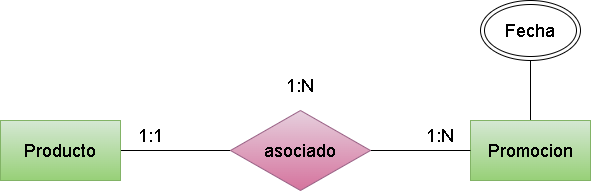
Above: (Unidad-2) (Tarea-3)/img/Ejercicio14.drawio.png in Darkoscurito/Base-de-datos (draw.io), before the change. Source tidied: cells renumbered, new cells last; positions are measured from the earlier drawing's top-left corner, leaving out a move shared by most shapes.
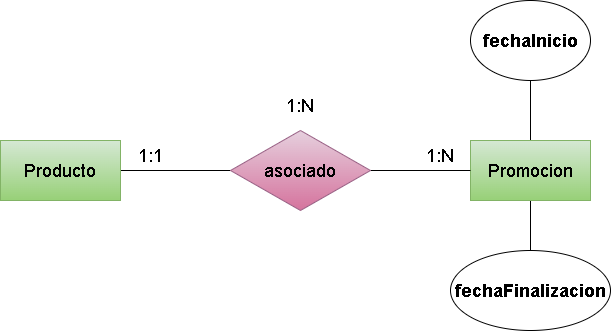
Above is the later version.

Diff of the diagram source:
```diff
@@ -8,9 +8,14 @@
     <mxCell id="3" value="&lt;font style=&quot;font-size: 18px;&quot;&gt;Producto&lt;/font&gt;" style="rounded=0;whiteSpace=wrap;html=1;fillColor=#d5e8d4;gradientColor=#97d077;strokeColor=#82b366;" parent="1" vertex="1">
       <mxGeometry y="120" width="120" height="60" as="geometry" />
     </mxCell>
-    <mxCell id="4" style="edgeStyle=none;html=1;entryX=0.5;entryY=1;entryDx=0;entryDy=0;fontSize=18;endArrow=none;endFill=0;" parent="1" edge="1" source="5" target="11">
-      <mxGeometry relative="1" as="geometry" />
+    <mxCell id="4" style="edgeStyle=none;html=1;entryX=0.5;entryY=1;entryDx=0;entryDy=0;fontSize=18;endArrow=none;endFill=0;" parent="1" edge="1" source="5">
+      <mxGeometry relative="1" as="geometry">
+        <mxPoint x="530" y="60" as="targetPoint" />
+      </mxGeometry>
     </mxCell>
+    <mxCell id="12" style="edgeStyle=none;html=1;entryX=0.5;entryY=0;entryDx=0;entryDy=0;fontSize=18;endArrow=none;endFill=0;" parent="1" edge="1" source="5" target="14">
+      <mxGeometry relative="1" as="geometry" />
+    </mxCell>
     <mxCell id="5" value="&lt;font style=&quot;font-size: 18px;&quot;&gt;Promocion&lt;/font&gt;" style="rounded=0;whiteSpace=wrap;html=1;fillColor=#d5e8d4;gradientColor=#97d077;strokeColor=#82b366;" parent="1" vertex="1">
       <mxGeometry x="470" y="120" width="120" height="60" as="geometry" />
     </mxCell>
@@ -29,8 +34,11 @@
     <mxCell id="10" value="1:N" style="text;html=1;strokeColor=none;fillColor=none;align=center;verticalAlign=middle;whiteSpace=wrap;rounded=0;fontSize=18;" parent="1" vertex="1">
       <mxGeometry x="270" y="70" width="60" height="30" as="geometry" />
     </mxCell>
-    <mxCell id="11" value="&lt;font style=&quot;font-size: 18px;&quot;&gt;Fecha&lt;/font&gt;" style="ellipse;shape=doubleEllipse;whiteSpace=wrap;html=1;" parent="1" vertex="1">
-      <mxGeometry x="480" width="100" height="60" as="geometry" />
-    </mxCell>
+    <mxCell id="13" value="&lt;b&gt;&lt;font style=&quot;font-size: 18px;&quot;&gt;fechaInicio&lt;/font&gt;&lt;/b&gt;" style="ellipse;whiteSpace=wrap;html=1;" parent="1" vertex="1">
+      <mxGeometry x="470" y="-20" width="120" height="80" as="geometry" />
+    </mxCell>
+    <mxCell id="14" value="&lt;b&gt;&lt;font style=&quot;font-size: 18px;&quot;&gt;fechaFinalizacion&lt;/font&gt;&lt;/b&gt;" style="ellipse;whiteSpace=wrap;html=1;" parent="1" vertex="1">
+      <mxGeometry x="450" y="230" width="160" height="80" as="geometry" />
+    </mxCell>
   </root>
 </mxGraphModel>
```
